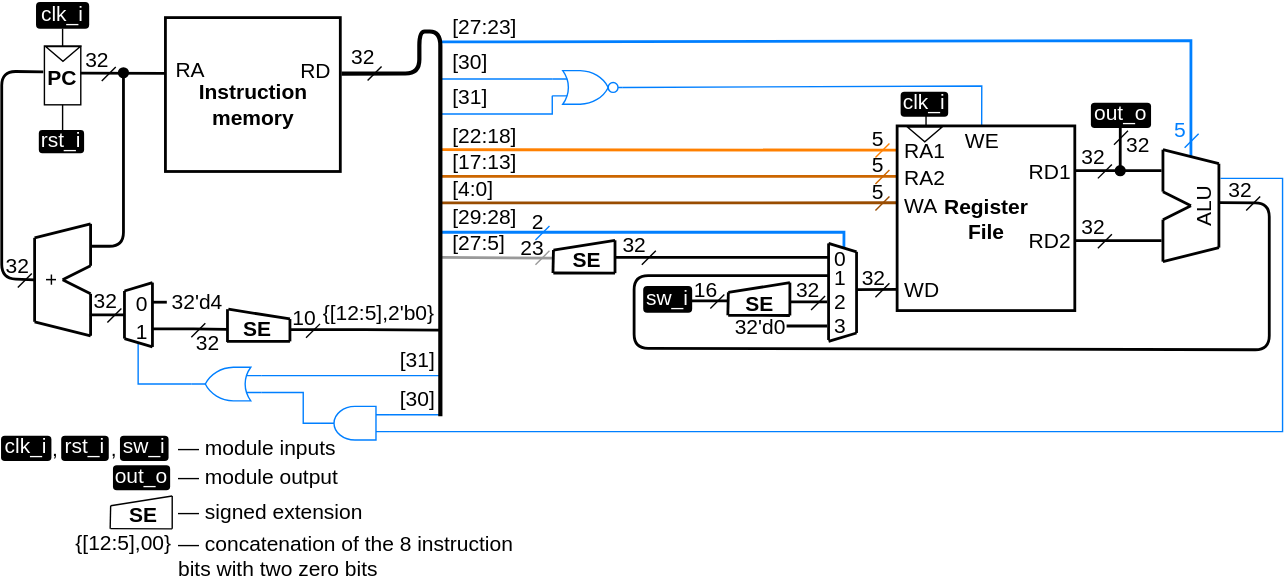
Above: .pic/Labs/lab_04_cybercobra/ppd_5.drawio.svg in MPSU/APS (draw.io), before the change. Source tidied: cells renumbered, new cells last; positions are measured from the earlier drawing's top-left corner, leaving out a move shared by most shapes.
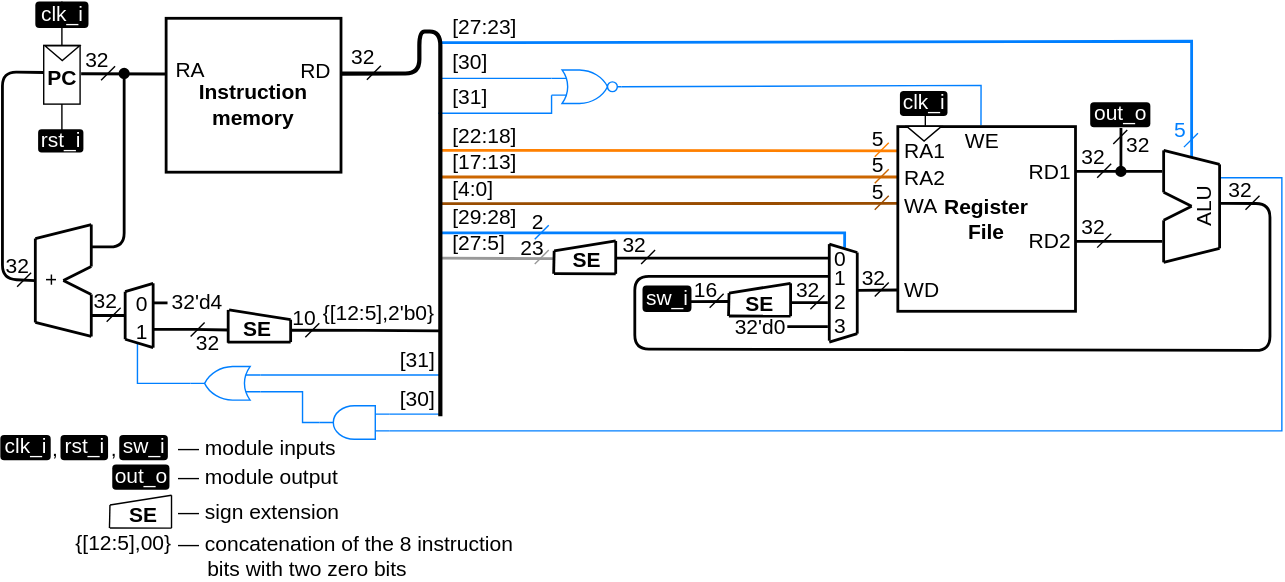
Above is the later version.

What changed in the source:
```diff
@@ -611,13 +611,13 @@
     <mxCell id="126" value="&lt;font style=&quot;font-size: 15px;&quot;&gt;&lt;b style=&quot;font-size: 15px;&quot;&gt;SE&lt;/b&gt;&lt;/font&gt;" style="text;html=1;strokeColor=none;fillColor=none;align=center;verticalAlign=bottom;whiteSpace=wrap;rounded=0;fontSize=15;fontColor=#000000;comic=0;jiggle=0.5;" parent="121" vertex="1">
       <mxGeometry y="1.8" width="48" height="23.5" as="geometry" />
     </mxCell>
-    <mxCell id="127" value="— signed extension" style="text;html=1;strokeColor=none;fillColor=none;align=left;verticalAlign=middle;whiteSpace=wrap;rounded=0;spacing=0;fontSize=15;" parent="1" vertex="1">
+    <mxCell id="127" value="— sign extension" style="text;html=1;strokeColor=none;fillColor=none;align=left;verticalAlign=middle;whiteSpace=wrap;rounded=0;spacing=0;fontSize=15;" parent="1" vertex="1">
       <mxGeometry x="126.5" y="355" width="226.5" height="18" as="geometry" />
     </mxCell>
     <mxCell id="128" value="&lt;font style=&quot;font-size: 15px;&quot;&gt;{[12:5],00}&lt;/font&gt;" style="text;html=1;strokeColor=none;fillColor=none;align=right;verticalAlign=bottom;whiteSpace=wrap;rounded=0;spacing=0;fontSize=15;" parent="1" vertex="1">
       <mxGeometry x="78" y="384" width="44" height="12" as="geometry" />
     </mxCell>
-    <mxCell id="129" value="&lt;div style=&quot;&quot;&gt;—&amp;nbsp;&lt;span style=&quot;background-color: transparent;&quot;&gt;concatenation of the 8 instruction bits with two zero bits&lt;/span&gt;&lt;/div&gt;" style="text;html=1;strokeColor=none;fillColor=none;align=left;verticalAlign=middle;whiteSpace=wrap;rounded=0;spacing=0;fontSize=15;" parent="1" vertex="1">
+    <mxCell id="129" value="&lt;div style=&quot;&quot;&gt;—&amp;nbsp;&lt;span style=&quot;background-color: transparent;&quot;&gt;concatenation of the 8 instruction&amp;nbsp; &amp;nbsp; &amp;nbsp; &amp;nbsp; &amp;nbsp;bits with two zero bits&lt;/span&gt;&lt;/div&gt;" style="text;html=1;strokeColor=none;fillColor=none;align=left;verticalAlign=middle;whiteSpace=wrap;rounded=0;spacing=0;fontSize=15;" parent="1" vertex="1">
       <mxGeometry x="126.5" y="387" width="256.5" height="18" as="geometry" />
     </mxCell>
     <mxCell id="130" style="edgeStyle=orthogonalEdgeStyle;rounded=0;orthogonalLoop=1;jettySize=auto;html=1;exitX=0;exitY=0.5;exitDx=0;exitDy=0;endArrow=none;endFill=0;strokeWidth=2;fontSize=15;" parent="1" edge="1">
```
